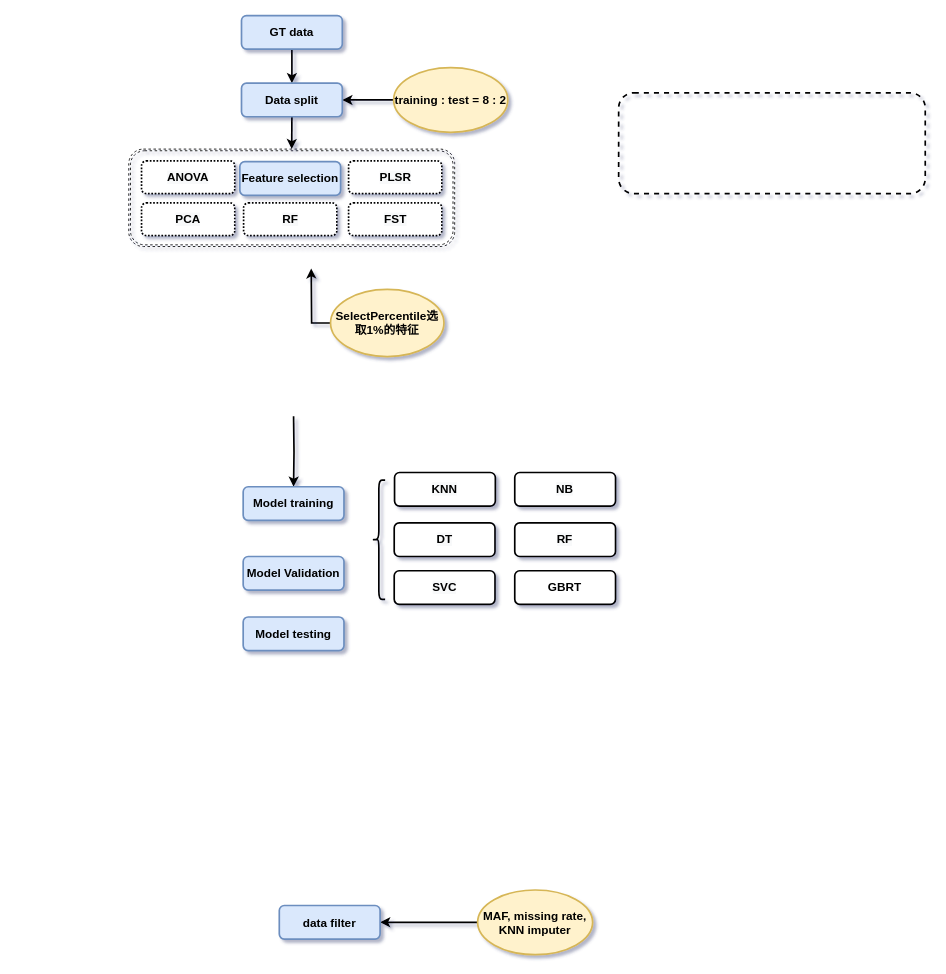
Earlier version of the draw.io diagram Breed_assign_by_ML.drawio (guoyingwei6/Flow_Charts). Source tidied: cells renumbered, new cells numbered last; positions are measured from the earlier drawing's top-left corner, leaving out a move shared by most shapes. Both pictures are drawn from the tidied source at 84%, with x=0, y=0 at pixel (129, 15).
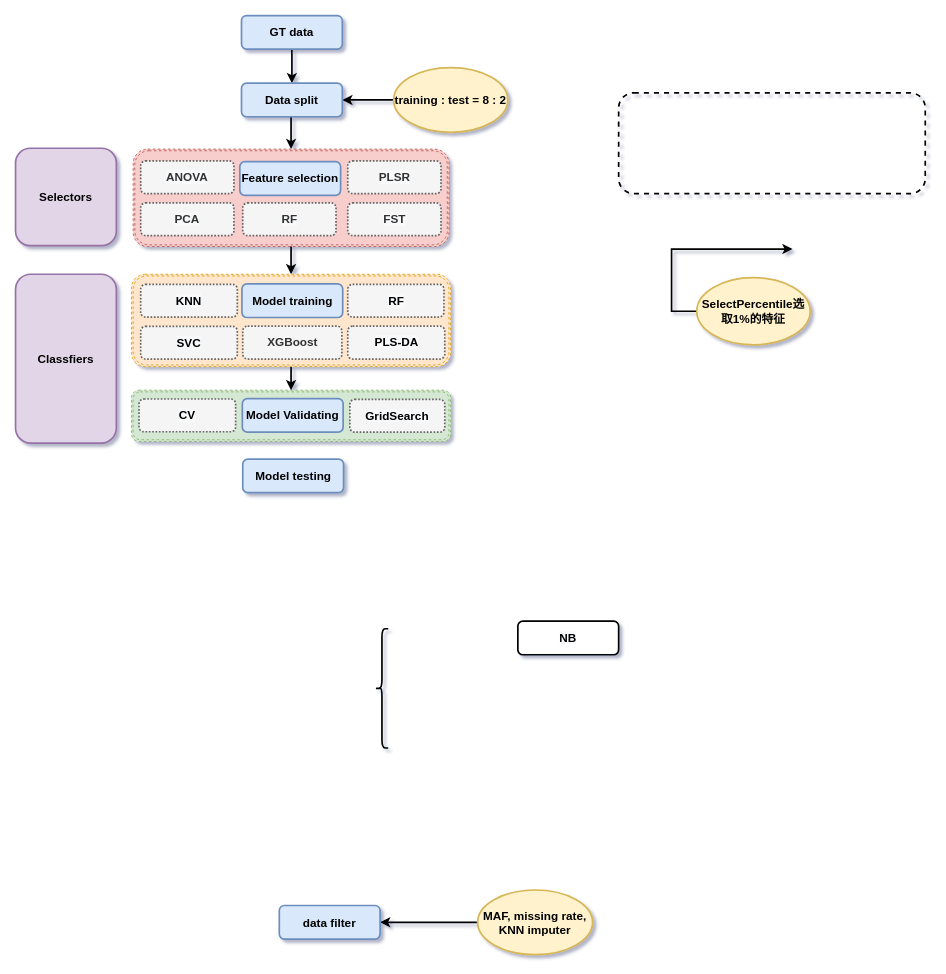
The same page after the edit.

What changed in the source:
```diff
@@
+    <mxCell id="32" style="shape=ext;double=1;rounded=1;whiteSpace=wrap;html=1;fillColor=#f8cecc;dashed=1;strokeColor=#b85450;" parent="1" vertex="1">
+      <mxGeometry x="5" y="159" width="376" height="116" as="geometry" />
+    </mxCell>
+    <mxCell id="34" style="shape=ext;double=1;rounded=1;whiteSpace=wrap;html=1;fillColor=#d5e8d4;dashed=1;strokeColor=#82b366;" parent="1" vertex="1">
+      <mxGeometry x="3" y="446" width="380" height="61" as="geometry" />
+    </mxCell>
@@
     <mxCell id="3" style="edgeStyle=orthogonalEdgeStyle;rounded=0;jettySize=auto;html=1;fontSize=14;exitX=0;exitY=0.5;exitDx=0;exitDy=0;exitPerimeter=0;fontStyle=1;fontFamily=Helvetica;strokeWidth=2;" parent="1" edge="1" source="10">
       <mxGeometry relative="1" as="geometry">
-        <mxPoint x="217" y="301" as="targetPoint" />
+        <mxPoint x="790" y="278" as="targetPoint" />
+        <Array as="points">
+          <mxPoint x="646" y="352" />
+          <mxPoint x="646" y="278" />
+        </Array>
       </mxGeometry>
     </mxCell>
-    <mxCell id="4" style="edgeStyle=orthogonalEdgeStyle;rounded=0;jettySize=auto;html=1;fontSize=14;entryX=0.5;entryY=0;entryDx=0;entryDy=0;fontStyle=1;fontFamily=Helvetica;strokeWidth=2;" parent="1" edge="1" target="11">
-      <mxGeometry relative="1" as="geometry">
-        <mxPoint x="196" y="477" as="sourcePoint" />
-      </mxGeometry>
-    </mxCell>
@@
     <mxCell id="10" value="&lt;font style=&quot;font-size: 14px;&quot;&gt;&lt;span style=&quot;font-size: 14px;&quot;&gt;SelectPercentile&lt;/span&gt;&lt;span style=&quot;font-size: 14px;&quot;&gt;选取&lt;/span&gt;&lt;span style=&quot;font-size: 14px;&quot;&gt;1%&lt;/span&gt;&lt;span style=&quot;font-size: 14px;&quot;&gt;的特征&lt;/span&gt;&lt;/font&gt;" style="ellipse;whiteSpace=wrap;html=1;fontSize=14;fontStyle=1;fontFamily=Helvetica;fillColor=#fff2cc;strokeColor=#d6b656;strokeWidth=2;" parent="1" vertex="1">
-      <mxGeometry x="240" y="326" width="135" height="80" as="geometry" />
+      <mxGeometry x="676" y="312" width="135" height="80" as="geometry" />
     </mxCell>
-    <mxCell id="11" value="&lt;span style=&quot;font-size: 14px;&quot;&gt;Model training&lt;/span&gt;" style="rounded=1;whiteSpace=wrap;html=1;fontSize=14;fontStyle=1;fontFamily=Helvetica;fillColor=#dae8fc;strokeColor=#6c8ebf;strokeWidth=2;" parent="1" vertex="1">
-      <mxGeometry x="136" y="561" width="120" height="40" as="geometry" />
-    </mxCell>
-    <mxCell id="12" value="&lt;span style=&quot;font-size: 14px;&quot;&gt;GBRT&lt;/span&gt;" style="rounded=1;whiteSpace=wrap;html=1;fontSize=14;fontStyle=1;fontFamily=Helvetica;strokeWidth=2;" parent="1" vertex="1">
-      <mxGeometry x="459.3" y="661" width="120" height="40" as="geometry" />
-    </mxCell>
-    <mxCell id="13" value="&lt;span style=&quot;color: rgb(0, 0, 0); font-size: 14px; font-style: normal; font-variant-ligatures: normal; font-variant-caps: normal; letter-spacing: normal; orphans: 2; text-align: center; text-indent: 0px; text-transform: none; widows: 2; word-spacing: 0px; -webkit-text-stroke-width: 0px; background-color: rgb(248, 249, 250); text-decoration-thickness: initial; text-decoration-style: initial; text-decoration-color: initial; float: none; display: inline !important;&quot;&gt;RF&lt;/span&gt;" style="rounded=1;whiteSpace=wrap;html=1;fontSize=14;fontStyle=1;fontFamily=Helvetica;strokeWidth=2;" parent="1" vertex="1">
-      <mxGeometry x="459.3" y="604" width="120" height="40" as="geometry" />
-    </mxCell>
-    <mxCell id="14" value="&lt;span style=&quot;color: rgb(0, 0, 0); font-size: 14px; font-style: normal; font-variant-ligatures: normal; font-variant-caps: normal; letter-spacing: normal; orphans: 2; text-align: center; text-indent: 0px; text-transform: none; widows: 2; word-spacing: 0px; -webkit-text-stroke-width: 0px; background-color: rgb(248, 249, 250); text-decoration-thickness: initial; text-decoration-style: initial; text-decoration-color: initial; float: none; display: inline !important;&quot;&gt;KNN&lt;/span&gt;" style="rounded=1;whiteSpace=wrap;html=1;fontSize=14;fontStyle=1;fontFamily=Helvetica;strokeWidth=2;" parent="1" vertex="1">
-      <mxGeometry x="316.2" y="544" width="120" height="40" as="geometry" />
-    </mxCell>
     <mxCell id="15" value="&lt;span style=&quot;color: rgb(0, 0, 0); font-size: 14px; font-style: normal; font-variant-ligatures: normal; font-variant-caps: normal; letter-spacing: normal; orphans: 2; text-align: center; text-indent: 0px; text-transform: none; widows: 2; word-spacing: 0px; -webkit-text-stroke-width: 0px; background-color: rgb(248, 249, 250); text-decoration-thickness: initial; text-decoration-style: initial; text-decoration-color: initial; float: none; display: inline !important;&quot;&gt;NB&lt;/span&gt;" style="rounded=1;whiteSpace=wrap;html=1;fontSize=14;fontStyle=1;fontFamily=Helvetica;strokeWidth=2;" parent="1" vertex="1">
-      <mxGeometry x="459.3" y="544" width="120" height="40" as="geometry" />
+      <mxGeometry x="463" y="721" width="120" height="40" as="geometry" />
     </mxCell>
-    <mxCell id="16" value="&lt;span style=&quot;color: rgb(0, 0, 0); font-size: 14px; font-style: normal; font-variant-ligatures: normal; font-variant-caps: normal; letter-spacing: normal; orphans: 2; text-align: center; text-indent: 0px; text-transform: none; widows: 2; word-spacing: 0px; -webkit-text-stroke-width: 0px; background-color: rgb(248, 249, 250); text-decoration-thickness: initial; text-decoration-style: initial; text-decoration-color: initial; float: none; display: inline !important;&quot;&gt;DT&lt;/span&gt;" style="rounded=1;whiteSpace=wrap;html=1;fontSize=14;fontStyle=1;fontFamily=Helvetica;strokeWidth=2;" parent="1" vertex="1">
-      <mxGeometry x="315.8" y="604" width="120" height="40" as="geometry" />
-    </mxCell>
-    <mxCell id="17" value="&lt;span style=&quot;color: rgb(0, 0, 0); font-size: 14px; font-style: normal; font-variant-ligatures: normal; font-variant-caps: normal; letter-spacing: normal; orphans: 2; text-align: center; text-indent: 0px; text-transform: none; widows: 2; word-spacing: 0px; -webkit-text-stroke-width: 0px; background-color: rgb(248, 249, 250); text-decoration-thickness: initial; text-decoration-style: initial; text-decoration-color: initial; float: none; display: inline !important;&quot;&gt;SVC&lt;/span&gt;" style="rounded=1;whiteSpace=wrap;html=1;fontSize=14;fontStyle=1;fontFamily=Helvetica;strokeWidth=2;" parent="1" vertex="1">
-      <mxGeometry x="315.8" y="661" width="120" height="40" as="geometry" />
-    </mxCell>
     <mxCell id="18" style="shape=curlyBracket;whiteSpace=wrap;html=1;rounded=1;fontSize=14;fontStyle=1;fontFamily=Helvetica;strokeWidth=2;" parent="1" vertex="1">
-      <mxGeometry x="290" y="553" width="15" height="142" as="geometry" />
+      <mxGeometry x="293.7" y="730" width="15" height="142" as="geometry" />
     </mxCell>
@@
-    <mxCell id="22" value="&lt;span style=&quot;font-size: 14px;&quot;&gt;Model Validation&lt;/span&gt;" style="rounded=1;whiteSpace=wrap;html=1;fontSize=14;fontStyle=1;fontFamily=Helvetica;fillColor=#dae8fc;strokeColor=#6c8ebf;strokeWidth=2;" parent="1" vertex="1">
-      <mxGeometry x="136" y="644" width="120" height="40" as="geometry" />
+    <mxCell id="22" value="&lt;span style=&quot;font-size: 14px;&quot;&gt;Model Validating&lt;/span&gt;" style="rounded=1;whiteSpace=wrap;html=1;fontSize=14;fontStyle=1;fontFamily=Helvetica;fillColor=#dae8fc;strokeColor=#6c8ebf;strokeWidth=2;" parent="1" vertex="1">
+      <mxGeometry x="135" y="456" width="120" height="40" as="geometry" />
     </mxCell>
     <mxCell id="23" value="&lt;span style=&quot;font-size: 14px;&quot;&gt;Model testing&lt;/span&gt;" style="rounded=1;whiteSpace=wrap;html=1;fontSize=14;fontStyle=1;fontFamily=Helvetica;fillColor=#dae8fc;strokeColor=#6c8ebf;strokeWidth=2;" parent="1" vertex="1">
-      <mxGeometry x="136" y="716" width="120" height="40" as="geometry" />
+      <mxGeometry x="135.5" y="528" width="120" height="40" as="geometry" />
     </mxCell>
-    <mxCell id="24" style="group;" parent="1" vertex="1">
-      <mxGeometry x="15" y="173" width="372.8" height="149" as="geometry" />
-    </mxCell>
+    <mxCell id="33" style="rounded=1;whiteSpace=wrap;html=1;fontSize=14;fontStyle=1;fontFamily=Helvetica;strokeWidth=2;fillColor=none;dashed=1;" parent="1" vertex="1">
+      <mxGeometry x="583" y="92" width="365" height="120" as="geometry" />
+    </mxCell>
+    <mxCell id="35" value="&lt;span style=&quot;font-size: 14px; font-style: normal; font-variant-ligatures: normal; font-variant-caps: normal; letter-spacing: normal; orphans: 2; text-align: center; text-indent: 0px; text-transform: none; widows: 2; word-spacing: 0px; -webkit-text-stroke-width: 0px; text-decoration-thickness: initial; text-decoration-style: initial; text-decoration-color: initial; float: none; display: inline !important;&quot;&gt;Selectors&lt;/span&gt;" style="rounded=1;whiteSpace=wrap;html=1;fontSize=14;fontStyle=1;fontFamily=Helvetica;strokeWidth=2;fillColor=#e1d5e7;strokeColor=#9673a6;fontColor=default;labelBorderColor=none;labelBackgroundColor=none;" parent="1" vertex="1">
+      <mxGeometry x="-135" y="158" width="120" height="116" as="geometry" />
+    </mxCell>
-    <mxCell id="25" value="&lt;span style=&quot;font-size: 14px;&quot;&gt;Feature selection&lt;/span&gt;" style="rounded=1;whiteSpace=wrap;html=1;fontSize=14;fontStyle=1;fontFamily=Helvetica;fillColor=#dae8fc;strokeColor=#6c8ebf;strokeWidth=2;" parent="24" vertex="1">
-      <mxGeometry x="117" y="1" width="120" height="40" as="geometry" />
+    <mxCell id="25" value="&lt;span style=&quot;font-size: 14px;&quot;&gt;Feature selection&lt;/span&gt;" style="rounded=1;whiteSpace=wrap;html=1;fontSize=14;fontStyle=1;fontFamily=Helvetica;fillColor=#dae8fc;strokeColor=#6c8ebf;strokeWidth=2;" parent="1" vertex="1">
+      <mxGeometry x="132" y="174" width="120" height="40" as="geometry" />
     </mxCell>
-    <mxCell id="26" style="group;" parent="24" vertex="1">
-      <mxGeometry width="372.8" height="149" as="geometry" />
-    </mxCell>
+    <mxCell id="36" value="Classfiers" style="rounded=1;whiteSpace=wrap;html=1;fontSize=14;fontStyle=1;fontFamily=Helvetica;strokeWidth=2;fillColor=#e1d5e7;strokeColor=#9673a6;" parent="1" vertex="1">
+      <mxGeometry x="-135" y="308" width="120" height="201" as="geometry" />
+    </mxCell>
+    <mxCell id="37" value="&lt;span style=&quot;color: rgb(0, 0, 0); font-size: 14px; font-style: normal; font-variant-ligatures: normal; font-variant-caps: normal; letter-spacing: normal; orphans: 2; text-align: center; text-indent: 0px; text-transform: none; widows: 2; word-spacing: 0px; -webkit-text-stroke-width: 0px; background-color: rgb(248, 249, 250); text-decoration-thickness: initial; text-decoration-style: initial; text-decoration-color: initial; float: none; display: inline !important;&quot;&gt;CV&lt;/span&gt;" style="rounded=1;whiteSpace=wrap;html=1;fontSize=14;fontStyle=1;fontFamily=Helvetica;strokeWidth=2;fillColor=#f5f5f5;fontColor=#333333;strokeColor=#666666;dashed=1;dashPattern=1 1;" parent="1" vertex="1">
+      <mxGeometry x="12" y="456.5" width="115" height="39" as="geometry" />
+    </mxCell>
+    <mxCell id="38" value="&lt;span style=&quot;color: rgb(0, 0, 0); font-size: 14px; font-style: normal; font-variant-ligatures: normal; font-variant-caps: normal; letter-spacing: normal; orphans: 2; text-align: center; text-indent: 0px; text-transform: none; widows: 2; word-spacing: 0px; -webkit-text-stroke-width: 0px; background-color: rgb(248, 249, 250); text-decoration-thickness: initial; text-decoration-style: initial; text-decoration-color: initial; float: none; display: inline !important;&quot;&gt;GridSearch&lt;/span&gt;" style="rounded=1;whiteSpace=wrap;html=1;fontSize=14;fontStyle=1;fontFamily=Helvetica;strokeWidth=2;fillColor=#f5f5f5;fontColor=#333333;strokeColor=#666666;dashed=1;dashPattern=1 1;" parent="1" vertex="1">
+      <mxGeometry x="263" y="457" width="113" height="39" as="geometry" />
+    </mxCell>
+    <mxCell id="39" style="edgeStyle=orthogonalEdgeStyle;rounded=0;jettySize=auto;html=1;entryX=0.5;entryY=0;entryDx=0;entryDy=0;strokeWidth=2;" parent="1" edge="1" source="32" target="41">
+      <mxGeometry relative="1" as="geometry" />
+    </mxCell>
-    <mxCell id="27" value="&lt;span style=&quot;background-color: rgb(248, 249, 250);&quot;&gt;ANOVA&lt;/span&gt;" style="rounded=1;whiteSpace=wrap;html=1;fontSize=14;fontStyle=1;fontFamily=Helvetica;strokeWidth=2;dashed=1;dashPattern=1 1;" parent="26" vertex="1">
-      <mxGeometry width="111" height="39" as="geometry" />
+    <mxCell id="27" value="&lt;span style=&quot;background-color: rgb(248, 249, 250);&quot;&gt;ANOVA&lt;/span&gt;" style="rounded=1;whiteSpace=wrap;html=1;fontSize=14;fontStyle=1;fontFamily=Helvetica;strokeWidth=2;dashed=1;dashPattern=1 1;fillColor=#f5f5f5;fontColor=#333333;strokeColor=#666666;" parent="1" vertex="1">
+      <mxGeometry x="14" y="173" width="111" height="39" as="geometry" />
     </mxCell>
-    <mxCell id="28" value="&lt;span style=&quot;background-color: rgb(248, 249, 250);&quot;&gt;RF&lt;/span&gt;" style="rounded=1;whiteSpace=wrap;html=1;fontSize=14;fontStyle=1;fontFamily=Helvetica;strokeWidth=2;dashed=1;dashPattern=1 1;" parent="26" vertex="1">
-      <mxGeometry x="121.5" y="50" width="111" height="39" as="geometry" />
+    <mxCell id="28" value="&lt;span style=&quot;background-color: rgb(248, 249, 250);&quot;&gt;RF&lt;/span&gt;" style="rounded=1;whiteSpace=wrap;html=1;fontSize=14;fontStyle=1;fontFamily=Helvetica;strokeWidth=2;dashed=1;dashPattern=1 1;fillColor=#f5f5f5;fontColor=#333333;strokeColor=#666666;" parent="1" vertex="1">
+      <mxGeometry x="135.5" y="223" width="111" height="39" as="geometry" />
     </mxCell>
-    <mxCell id="29" value="&lt;span style=&quot;background-color: rgb(248, 249, 250);&quot;&gt;PLSR&lt;/span&gt;" style="rounded=1;whiteSpace=wrap;html=1;fontSize=14;fontStyle=1;fontFamily=Helvetica;strokeWidth=2;dashed=1;dashPattern=1 1;" parent="26" vertex="1">
-      <mxGeometry x="246.5" width="111" height="39" as="geometry" />
+    <mxCell id="29" value="&lt;span style=&quot;background-color: rgb(248, 249, 250);&quot;&gt;PLSR&lt;/span&gt;" style="rounded=1;whiteSpace=wrap;html=1;fontSize=14;fontStyle=1;fontFamily=Helvetica;strokeWidth=2;dashed=1;dashPattern=1 1;fillColor=#f5f5f5;fontColor=#333333;strokeColor=#666666;" parent="1" vertex="1">
+      <mxGeometry x="260.5" y="173" width="111" height="39" as="geometry" />
     </mxCell>
-    <mxCell id="30" value="&lt;span style=&quot;background-color: rgb(248, 249, 250);&quot;&gt;PCA&lt;/span&gt;" style="rounded=1;whiteSpace=wrap;html=1;fontSize=14;fontStyle=1;fontFamily=Helvetica;strokeWidth=2;dashed=1;dashPattern=1 1;" parent="26" vertex="1">
-      <mxGeometry y="50" width="111" height="39" as="geometry" />
+    <mxCell id="30" value="&lt;span style=&quot;background-color: rgb(248, 249, 250);&quot;&gt;PCA&lt;/span&gt;" style="rounded=1;whiteSpace=wrap;html=1;fontSize=14;fontStyle=1;fontFamily=Helvetica;strokeWidth=2;dashed=1;dashPattern=1 1;fillColor=#f5f5f5;fontColor=#333333;strokeColor=#666666;" parent="1" vertex="1">
+      <mxGeometry x="14" y="223" width="111" height="39" as="geometry" />
     </mxCell>
-    <mxCell id="31" value="&lt;span style=&quot;background-color: rgb(248, 249, 250);&quot;&gt;FST&lt;/span&gt;" style="rounded=1;whiteSpace=wrap;html=1;fontSize=14;fontStyle=1;fontFamily=Helvetica;strokeWidth=2;dashed=1;dashPattern=1 1;" parent="26" vertex="1">
-      <mxGeometry x="246.5" y="50" width="111" height="39" as="geometry" />
+    <mxCell id="31" value="&lt;span style=&quot;background-color: rgb(248, 249, 250);&quot;&gt;FST&lt;/span&gt;" style="rounded=1;whiteSpace=wrap;html=1;fontSize=14;fontStyle=1;fontFamily=Helvetica;strokeWidth=2;dashed=1;dashPattern=1 1;fillColor=#f5f5f5;fontColor=#333333;strokeColor=#666666;" parent="1" vertex="1">
+      <mxGeometry x="260.5" y="223" width="111" height="39" as="geometry" />
     </mxCell>
-    <mxCell id="32" style="shape=ext;double=1;rounded=1;whiteSpace=wrap;html=1;fillColor=none;dashed=1;" parent="26" vertex="1">
-      <mxGeometry x="-15.2" y="-14" width="388" height="116" as="geometry" />
-    </mxCell>
-    <mxCell id="33" style="rounded=1;whiteSpace=wrap;html=1;fontSize=14;fontStyle=1;fontFamily=Helvetica;strokeWidth=2;fillColor=none;dashed=1;" parent="1" vertex="1">
-      <mxGeometry x="583" y="92" width="365" height="120" as="geometry" />
-    </mxCell>
+    <mxCell id="40" style="edgeStyle=orthogonalEdgeStyle;rounded=0;jettySize=auto;html=1;entryX=0.5;entryY=0;entryDx=0;entryDy=0;strokeWidth=2;" parent="1" edge="1" source="41" target="34">
+      <mxGeometry relative="1" as="geometry" />
+    </mxCell>
+    <mxCell id="41" style="shape=ext;double=1;rounded=1;whiteSpace=wrap;html=1;fillColor=#ffe6cc;dashed=1;strokeColor=#d79b00;" parent="1" vertex="1">
+      <mxGeometry x="3" y="308" width="380" height="110" as="geometry" />
+    </mxCell>
+    <mxCell id="13" value="&lt;span style=&quot;color: rgb(0, 0, 0); font-size: 14px; font-style: normal; font-variant-ligatures: normal; font-variant-caps: normal; letter-spacing: normal; orphans: 2; text-align: center; text-indent: 0px; text-transform: none; widows: 2; word-spacing: 0px; -webkit-text-stroke-width: 0px; background-color: rgb(248, 249, 250); text-decoration-thickness: initial; text-decoration-style: initial; text-decoration-color: initial; float: none; display: inline !important;&quot;&gt;RF&lt;/span&gt;" style="rounded=1;whiteSpace=wrap;html=1;fontSize=14;fontStyle=1;fontFamily=Helvetica;strokeWidth=2;fillColor=#f5f5f5;fontColor=#333333;strokeColor=#666666;dashed=1;dashPattern=1 1;" parent="1" vertex="1">
+      <mxGeometry x="260.5" y="320" width="114.5" height="39" as="geometry" />
+    </mxCell>
+    <mxCell id="17" value="&lt;span style=&quot;color: rgb(0, 0, 0); font-size: 14px; font-style: normal; font-variant-ligatures: normal; font-variant-caps: normal; letter-spacing: normal; orphans: 2; text-align: center; text-indent: 0px; text-transform: none; widows: 2; word-spacing: 0px; -webkit-text-stroke-width: 0px; background-color: rgb(248, 249, 250); text-decoration-thickness: initial; text-decoration-style: initial; text-decoration-color: initial; float: none; display: inline !important;&quot;&gt;SVC&lt;/span&gt;" style="rounded=1;whiteSpace=wrap;html=1;fontSize=14;fontStyle=1;fontFamily=Helvetica;strokeWidth=2;fillColor=#f5f5f5;fontColor=#333333;strokeColor=#666666;dashed=1;dashPattern=1 1;" parent="1" vertex="1">
+      <mxGeometry x="14" y="370" width="115" height="39" as="geometry" />
+    </mxCell>
+    <mxCell id="12" value="&lt;span style=&quot;font-size: 14px;&quot;&gt;XGBoost&lt;/span&gt;" style="rounded=1;whiteSpace=wrap;html=1;fontSize=14;fontStyle=1;fontFamily=Helvetica;strokeWidth=2;fillColor=#f5f5f5;fontColor=#333333;strokeColor=#666666;dashed=1;dashPattern=1 1;" parent="1" vertex="1">
+      <mxGeometry x="135.5" y="369.7" width="118" height="39.3" as="geometry" />
+    </mxCell>
+    <mxCell id="16" value="&lt;span style=&quot;color: rgb(0, 0, 0); font-size: 14px; font-style: normal; font-variant-ligatures: normal; font-variant-caps: normal; letter-spacing: normal; orphans: 2; text-align: center; text-indent: 0px; text-transform: none; widows: 2; word-spacing: 0px; -webkit-text-stroke-width: 0px; background-color: rgb(248, 249, 250); text-decoration-thickness: initial; text-decoration-style: initial; text-decoration-color: initial; float: none; display: inline !important;&quot;&gt;PLS-DA&lt;/span&gt;" style="rounded=1;whiteSpace=wrap;html=1;fontSize=14;fontStyle=1;fontFamily=Helvetica;strokeWidth=2;fillColor=#f5f5f5;fontColor=#333333;strokeColor=#666666;dashed=1;dashPattern=1 1;" parent="1" vertex="1">
+      <mxGeometry x="260.5" y="369.7" width="115.5" height="39.3" as="geometry" />
+    </mxCell>
+    <mxCell id="14" value="&lt;span style=&quot;color: rgb(0, 0, 0); font-size: 14px; font-style: normal; font-variant-ligatures: normal; font-variant-caps: normal; letter-spacing: normal; orphans: 2; text-align: center; text-indent: 0px; text-transform: none; widows: 2; word-spacing: 0px; -webkit-text-stroke-width: 0px; background-color: rgb(248, 249, 250); text-decoration-thickness: initial; text-decoration-style: initial; text-decoration-color: initial; float: none; display: inline !important;&quot;&gt;KNN&lt;/span&gt;" style="rounded=1;whiteSpace=wrap;html=1;fontSize=14;fontStyle=1;fontFamily=Helvetica;strokeWidth=2;fillColor=#f5f5f5;fontColor=#333333;strokeColor=#666666;dashed=1;dashPattern=1 1;" parent="1" vertex="1">
+      <mxGeometry x="14" y="320" width="115" height="39" as="geometry" />
+    </mxCell>
+    <mxCell id="11" value="&lt;span style=&quot;font-size: 14px;&quot;&gt;Model training&lt;/span&gt;" style="rounded=1;whiteSpace=wrap;html=1;fontSize=14;fontStyle=1;fontFamily=Helvetica;fillColor=#dae8fc;strokeColor=#6c8ebf;strokeWidth=2;" parent="1" vertex="1">
+      <mxGeometry x="134.5" y="319.5" width="120" height="40" as="geometry" />
+    </mxCell>
```
